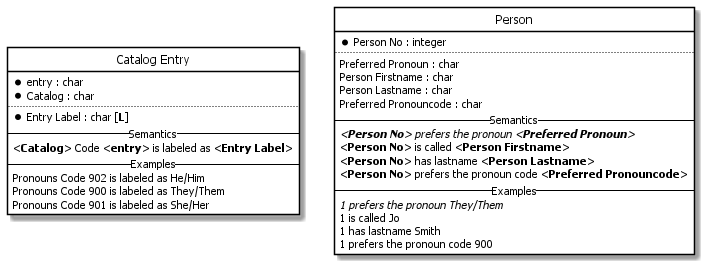
Above: EN/Catalog Example/employee.erd.png in casetalk/Models (PlantUML), before the change. The source it was exported from:
```plantuml
@startuml
hide circle
hide stereotype
hide empty members
skinparam linetype ortho
skinparam backgroundColor transparent
skinparam shadowing True
skinparam defaultFontName Arial
skinparam defaultColor #000000
skinparam arrowColor #000000
skinparam class {
  FontName Tahoma
  classFontColor automatic
  BorderColor #000000
  attributeFontName Tahoma
}
skinparam Class {
  BackgroundColor white
  }
entity "Catalog Entry" <<Catalog Entry - catalog entry>> {
  * entry : char
  * Catalog : char
  ..
  * Entry Label : char [**L**]
 -- Semantics --
<**Catalog**> Code <**entry**> is labeled as <**Entry Label**>
 -- Examples --
Pronouns Code 902 is labeled as He/Him
Pronouns Code 900 is labeled as They/Them
Pronouns Code 901 is labeled as She/Her
  }
entity "Person" <<Catalog Entry - catalog entry>> {
  * Person No : integer
  ..
    Preferred Pronoun : char
    Person Firstname : char
    Person Lastname : char
    Preferred Pronouncode : char
 -- Semantics --
//<**Person No**> prefers the pronoun <**Preferred Pronoun**>//
<**Person No**> is called <**Person Firstname**>
<**Person No**> has lastname <**Person Lastname**>
<**Person No**> prefers the pronoun code <**Preferred Pronouncode**>
 -- Examples --
//1 prefers the pronoun They/Them//
1 is called Jo
1 has lastname Smith
1 prefers the pronoun code 900
  }
@enduml
```
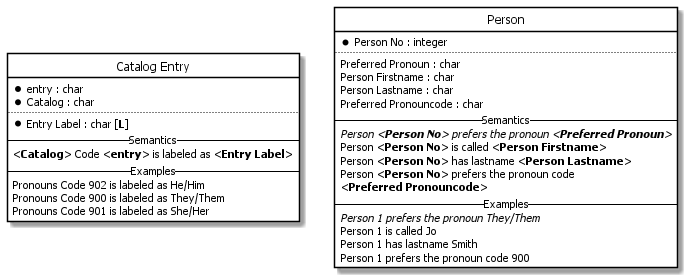
Above is the later version.

Commit message:
Fixed missing expression part for "Person".

The edit, as a diff of the source:
```diff
@@ -37,14 +37,15 @@
     Person Lastname : char
     Preferred Pronouncode : char
  -- Semantics --
-//<**Person No**> prefers the pronoun <**Preferred Pronoun**>//
-<**Person No**> is called <**Person Firstname**>
-<**Person No**> has lastname <**Person Lastname**>
-<**Person No**> prefers the pronoun code <**Preferred Pronouncode**>
+//Person <**Person No**> prefers the pronoun <**Preferred Pronoun**>//
+Person <**Person No**> is called <**Person Firstname**>
+Person <**Person No**> has lastname <**Person Lastname**>
+Person <**Person No**> prefers the pronoun code
+<**Preferred Pronouncode**>
  -- Examples --
-//1 prefers the pronoun They/Them//
-1 is called Jo
-1 has lastname Smith
-1 prefers the pronoun code 900
+//Person 1 prefers the pronoun They/Them//
+Person 1 is called Jo
+Person 1 has lastname Smith
+Person 1 prefers the pronoun code 900
   }
 @enduml
```
